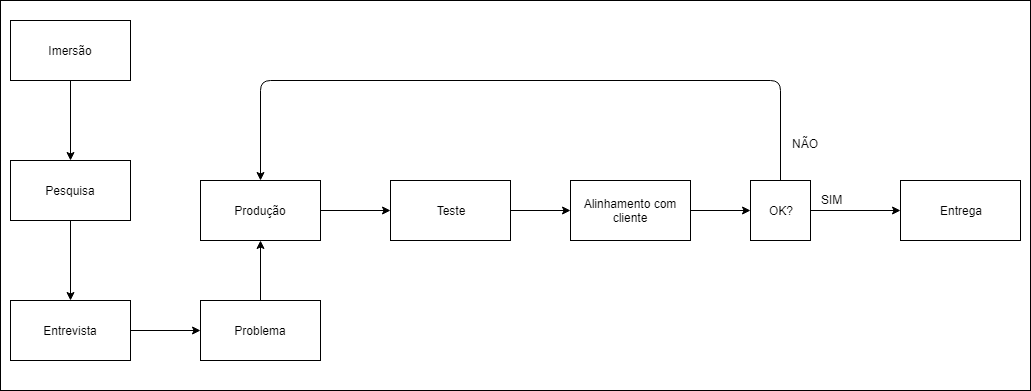
The draw.io diagram metodologia.png in Fmendes21/Fmendes21.github.io, before a commit. Source tidied: cells renumbered, new cells last; positions are measured from the earlier drawing's top-left corner, leaving out a move shared by most shapes.
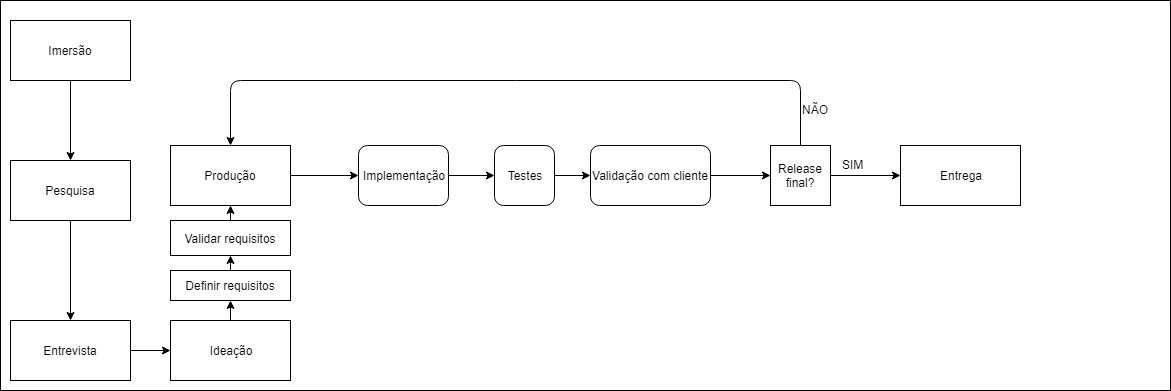
Above is the later version.

Change to the diagram source:
```diff
@@ -3,7 +3,7 @@
     <mxCell id="0" />
     <mxCell id="1" parent="0" />
     <mxCell id="2" style="rounded=0;whiteSpace=wrap;html=1;" parent="1" vertex="1">
-      <mxGeometry width="1030" height="390" as="geometry" />
+      <mxGeometry width="1170" height="390" as="geometry" />
     </mxCell>
     <mxCell id="3" value="Imersão" style="rounded=0;whiteSpace=wrap;html=1;" parent="1" vertex="1">
       <mxGeometry x="10" y="20" width="120" height="60" as="geometry" />
@@ -15,7 +15,7 @@
       <mxGeometry x="10" y="160" width="120" height="60" as="geometry" />
     </mxCell>
     <mxCell id="6" value="Entrevista" style="rounded=0;whiteSpace=wrap;html=1;" parent="1" vertex="1">
-      <mxGeometry x="10" y="300" width="120" height="60" as="geometry" />
+      <mxGeometry x="10" y="320" width="120" height="60" as="geometry" />
     </mxCell>
     <mxCell id="7" style="endArrow=classic;html=1;exitX=0.5;exitY=1;exitDx=0;exitDy=0;entryX=0.5;entryY=0;entryDx=0;entryDy=0;" parent="1" edge="1" source="5" target="6">
       <mxGeometry relative="1" as="geometry" />
@@ -23,52 +23,70 @@
     <mxCell id="8" style="endArrow=classic;html=1;exitX=1;exitY=0.5;exitDx=0;exitDy=0;" parent="1" edge="1" source="6" target="9">
       <mxGeometry relative="1" as="geometry" />
     </mxCell>
-    <mxCell id="9" value="Problema" style="rounded=0;whiteSpace=wrap;html=1;" parent="1" vertex="1">
-      <mxGeometry x="200" y="300" width="120" height="60" as="geometry" />
+    <mxCell id="9" value="Ideação" style="rounded=0;whiteSpace=wrap;html=1;" parent="1" vertex="1">
+      <mxGeometry x="170" y="320" width="120" height="60" as="geometry" />
     </mxCell>
     <mxCell id="10" value="Produção" style="rounded=0;whiteSpace=wrap;html=1;" parent="1" vertex="1">
-      <mxGeometry x="200" y="180" width="120" height="60" as="geometry" />
+      <mxGeometry x="170" y="145" width="120" height="60" as="geometry" />
     </mxCell>
-    <mxCell id="11" style="endArrow=classic;html=1;exitX=0.5;exitY=0;exitDx=0;exitDy=0;entryX=0.5;entryY=1;entryDx=0;entryDy=0;" parent="1" edge="1" source="9" target="10">
+    <mxCell id="11" style="endArrow=classic;html=1;exitX=0.5;exitY=0;exitDx=0;exitDy=0;entryX=0.5;entryY=1;entryDx=0;entryDy=0;" parent="1" edge="1" source="9" target="28">
       <mxGeometry relative="1" as="geometry" />
     </mxCell>
-    <mxCell id="12" style="endArrow=classic;html=1;exitX=1;exitY=0.5;exitDx=0;exitDy=0;entryX=0;entryY=0.5;entryDx=0;entryDy=0;" parent="1" edge="1" source="10" target="13">
+    <mxCell id="12" style="endArrow=classic;html=1;exitX=1;exitY=0.5;exitDx=0;exitDy=0;entryX=0;entryY=0.5;entryDx=0;entryDy=0;" parent="1" edge="1" source="10" target="23">
       <mxGeometry relative="1" as="geometry" />
     </mxCell>
-    <mxCell id="13" value="Teste" style="rounded=0;whiteSpace=wrap;html=1;" parent="1" vertex="1">
-      <mxGeometry x="390" y="180" width="120" height="60" as="geometry" />
-    </mxCell>
-    <mxCell id="14" value="Alinhamento com cliente" style="rounded=0;whiteSpace=wrap;html=1;" parent="1" vertex="1">
-      <mxGeometry x="570" y="180" width="120" height="60" as="geometry" />
-    </mxCell>
-    <mxCell id="15" style="endArrow=classic;html=1;exitX=1;exitY=0.5;exitDx=0;exitDy=0;entryX=0;entryY=0.5;entryDx=0;entryDy=0;" parent="1" edge="1" source="13" target="14">
-      <mxGeometry relative="1" as="geometry" />
-    </mxCell>
-    <mxCell id="16" value="OK?" style="rounded=0;whiteSpace=wrap;html=1;" parent="1" vertex="1">
-      <mxGeometry x="750" y="180" width="60" height="60" as="geometry" />
+    <mxCell id="16" value="Release final?" style="rounded=0;whiteSpace=wrap;html=1;" parent="1" vertex="1">
+      <mxGeometry x="770" y="145" width="60" height="60" as="geometry" />
     </mxCell>
-    <mxCell id="17" style="endArrow=classic;html=1;exitX=1;exitY=0.5;exitDx=0;exitDy=0;entryX=0;entryY=0.5;entryDx=0;entryDy=0;" parent="1" edge="1" source="14" target="16">
+    <mxCell id="17" style="endArrow=classic;html=1;entryX=0;entryY=0.5;entryDx=0;entryDy=0;exitX=1;exitY=0.5;exitDx=0;exitDy=0;" parent="1" edge="1" source="26" target="16">
       <mxGeometry relative="1" as="geometry" />
     </mxCell>
     <mxCell id="18" style="endArrow=classic;html=1;exitX=1;exitY=0.5;exitDx=0;exitDy=0;entryX=0;entryY=0.5;entryDx=0;entryDy=0;" parent="1" edge="1" source="16" target="20">
       <mxGeometry relative="1" as="geometry" />
     </mxCell>
     <mxCell id="19" value="SIM" style="text;html=1;align=left;verticalAlign=top;spacingTop=-4;" parent="1" vertex="1">
-      <mxGeometry x="819" y="190" width="40" height="20" as="geometry" />
+      <mxGeometry x="840" y="155" width="40" height="20" as="geometry" />
     </mxCell>
     <mxCell id="20" value="Entrega" style="rounded=0;whiteSpace=wrap;html=1;" parent="1" vertex="1">
-      <mxGeometry x="900" y="180" width="120" height="60" as="geometry" />
+      <mxGeometry x="900" y="145" width="120" height="60" as="geometry" />
     </mxCell>
     <mxCell id="21" style="endArrow=classic;html=1;exitX=0.5;exitY=0;exitDx=0;exitDy=0;entryX=0.5;entryY=0;entryDx=0;entryDy=0;" parent="1" edge="1" source="16" target="10">
       <mxGeometry relative="1" as="geometry">
         <Array as="points">
-          <mxPoint x="780" y="80" />
-          <mxPoint x="260" y="80" />
+          <mxPoint x="800" y="80" />
+          <mxPoint x="230" y="80" />
         </Array>
       </mxGeometry>
     </mxCell>
     <mxCell id="22" value="NÃO" style="text;html=1;align=left;verticalAlign=top;spacingTop=-4;" parent="1" vertex="1">
-      <mxGeometry x="790" y="134" width="40" height="20" as="geometry" />
+      <mxGeometry x="800" y="100" width="40" height="20" as="geometry" />
     </mxCell>
+    <mxCell id="23" value="Implementação" style="rounded=1;whiteSpace=wrap;html=1;" parent="1" vertex="1">
+      <mxGeometry x="358" y="145" width="90" height="60" as="geometry" />
+    </mxCell>
+    <mxCell id="24" value="Testes" style="rounded=1;whiteSpace=wrap;html=1;" parent="1" vertex="1">
+      <mxGeometry x="494" y="145" width="60" height="60" as="geometry" />
+    </mxCell>
+    <mxCell id="25" style="endArrow=classic;html=1;exitX=1;exitY=0.5;exitDx=0;exitDy=0;entryX=0;entryY=0.5;entryDx=0;entryDy=0;" parent="1" edge="1" source="23" target="24">
+      <mxGeometry relative="1" as="geometry" />
+    </mxCell>
+    <mxCell id="26" value="Validação com cliente" style="rounded=1;whiteSpace=wrap;html=1;" parent="1" vertex="1">
+      <mxGeometry x="590" y="145" width="120" height="60" as="geometry" />
+    </mxCell>
+    <mxCell id="27" style="endArrow=classic;html=1;exitX=1;exitY=0.5;exitDx=0;exitDy=0;entryX=0;entryY=0.5;entryDx=0;entryDy=0;" parent="1" edge="1" source="24" target="26">
+      <mxGeometry relative="1" as="geometry" />
+    </mxCell>
+    <mxCell id="28" value="Definir requisitos" style="rounded=0;whiteSpace=wrap;html=1;" parent="1" vertex="1">
+      <mxGeometry x="170" y="270" width="120" height="30" as="geometry" />
+    </mxCell>
+    <mxCell id="29" value="Validar requisitos" style="rounded=0;whiteSpace=wrap;html=1;" parent="1" vertex="1">
+      <mxGeometry x="170" y="220" width="120" height="35" as="geometry" />
+    </mxCell>
+    <mxCell id="30" style="endArrow=classic;html=1;exitX=0.5;exitY=0;exitDx=0;exitDy=0;entryX=0.5;entryY=1;entryDx=0;entryDy=0;" parent="1" edge="1" source="28" target="29">
+      <mxGeometry relative="1" as="geometry" />
+    </mxCell>
+    <mxCell id="31" style="endArrow=classic;html=1;exitX=0.5;exitY=0;exitDx=0;exitDy=0;entryX=0.5;entryY=1;entryDx=0;entryDy=0;" parent="1" edge="1" source="29" target="10">
+      <mxGeometry relative="1" as="geometry" />
+    </mxCell>
   </root>
 </mxGraphModel>
```
